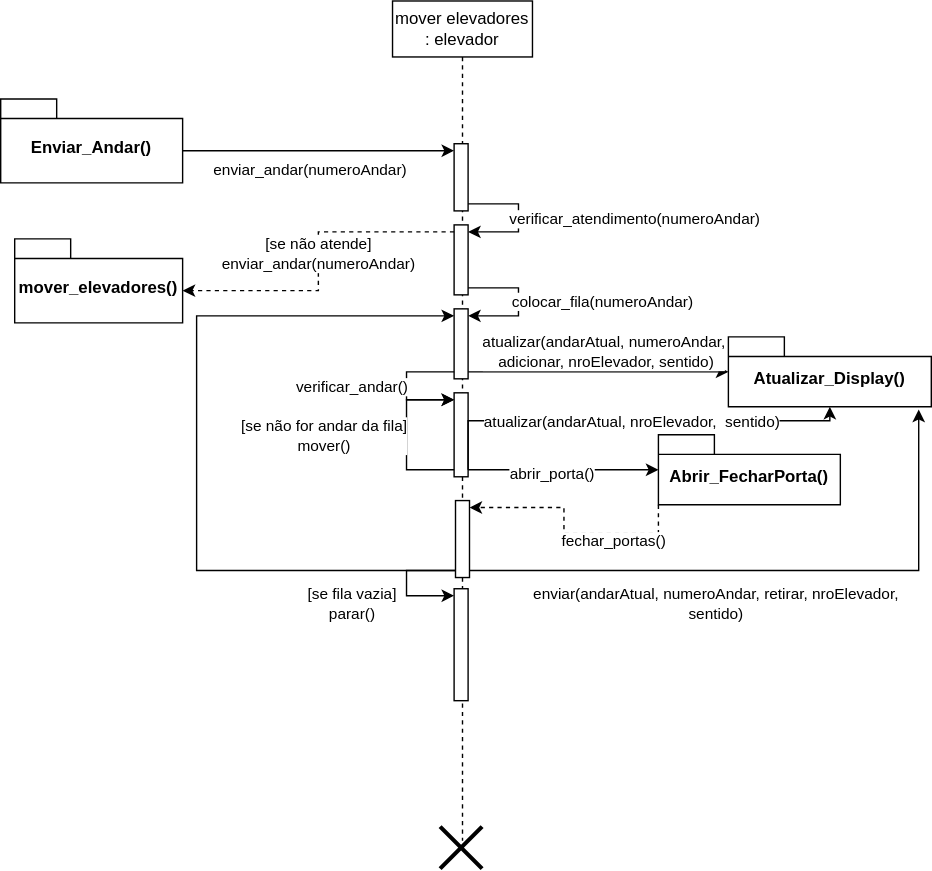
This is Diagrama-Sequencia/mover_elevadores.svg from wholocked1/Projeto-2-modelagem, a draw.io export, as it was before one commit. Source tidied: cells renumbered, new cells last; positions are measured from the earlier drawing's top-left corner, leaving out a move shared by most shapes.
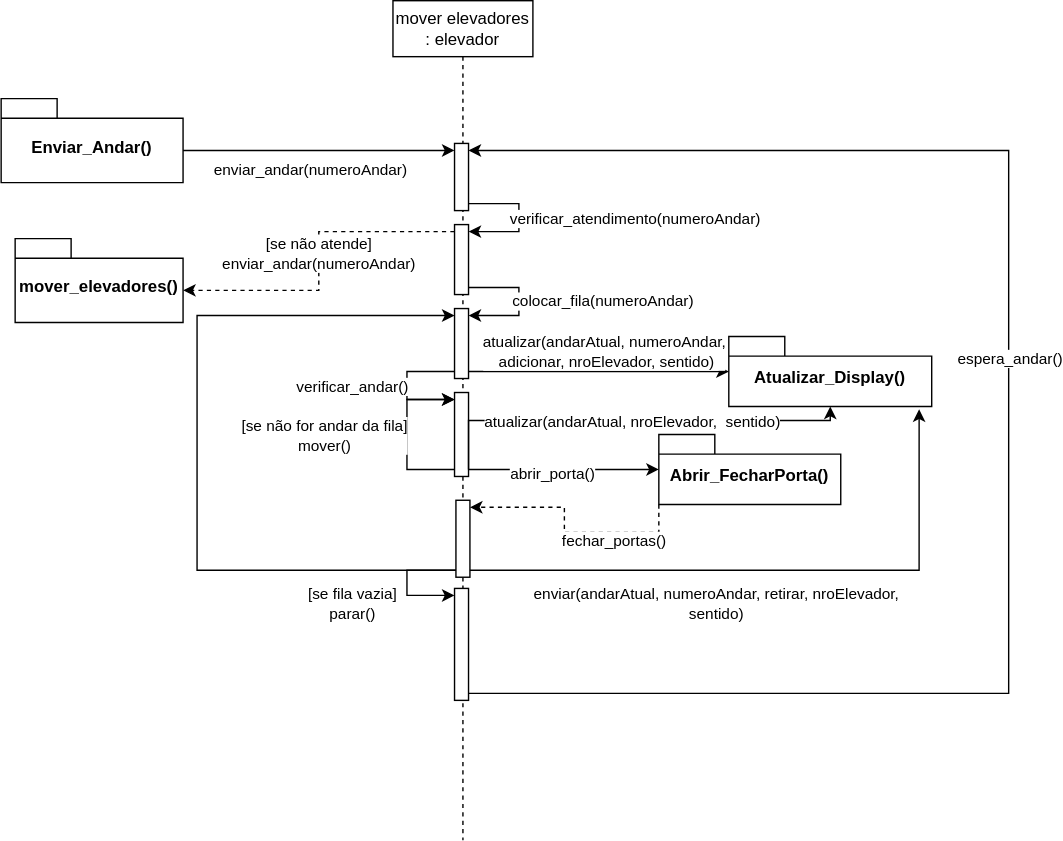
After the change.

Change to the diagram source:
```diff
@@ -99,6 +99,17 @@
         </Array>
       </mxGeometry>
     </mxCell>
+    <mxCell id="39" style="edgeStyle=orthogonalEdgeStyle;rounded=0;jettySize=auto;html=1;curved=0;exitX=1;exitY=1;exitDx=0;exitDy=-5;exitPerimeter=0;entryX=1;entryY=0;entryDx=0;entryDy=5;entryPerimeter=0;" parent="3" edge="1" source="17" target="4">
+      <mxGeometry relative="1" as="geometry">
+        <Array as="points">
+          <mxPoint x="440" y="495" />
+          <mxPoint x="440" y="107" />
+        </Array>
+      </mxGeometry>
+    </mxCell>
+    <mxCell id="40" value="espera_andar()" style="edgeLabel;html=1;align=center;verticalAlign=middle;" parent="39" vertex="1">
+      <mxGeometry x="0.08" relative="1" as="geometry" />
+    </mxCell>
     <mxCell id="21" style="edgeStyle=orthogonalEdgeStyle;rounded=0;jettySize=auto;html=1;exitX=0;exitY=0;exitDx=130;exitDy=37;exitPerimeter=0;entryX=0;entryY=0;entryDx=0;entryDy=5;entryPerimeter=0;" parent="1" edge="1" source="2" target="4">
       <mxGeometry relative="1" as="geometry" />
     </mxCell>
@@ -154,9 +165,6 @@
         <mxPoint x="-11" y="25" as="offset" />
       </mxGeometry>
     </mxCell>
-    <mxCell id="36" style="shape=umlDestroy;whiteSpace=wrap;html=1;strokeWidth=3;targetShapes=umlLifeline;" parent="1" vertex="1">
-      <mxGeometry x="314" y="590" width="30" height="30" as="geometry" />
-    </mxCell>
     <mxCell id="37" style="edgeStyle=orthogonalEdgeStyle;rounded=0;jettySize=auto;html=1;curved=0;exitX=1;exitY=1;exitDx=0;exitDy=-5;exitPerimeter=0;entryX=0.5;entryY=1;entryDx=0;entryDy=0;entryPerimeter=0;" parent="1" edge="1" source="11" target="26">
       <mxGeometry relative="1" as="geometry">
         <Array as="points">
```
